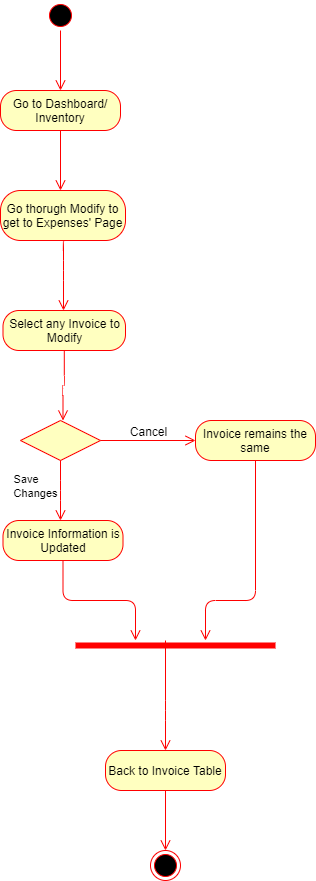
Before: Diagrams/Activity Diagrams FINAL/AC_19_Modify Invoice.png, a diagram exported from draw.io (kkasharaj17/SE-project). Source tidied: cells renumbered, new cells last; positions are measured from the earlier drawing's top-left corner, leaving out a move shared by most shapes.
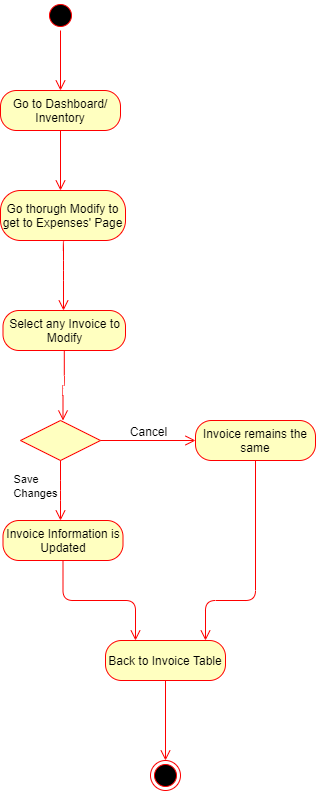
Above is the later version.

Change to the diagram source:
```diff
@@ -62,8 +62,9 @@
     <mxCell id="15" value="Invoice Information is Updated" style="rounded=1;whiteSpace=wrap;html=1;arcSize=40;fontColor=#000000;fillColor=#ffffc0;strokeColor=#ff0000;" parent="1" vertex="1">
       <mxGeometry x="2.5" y="520" width="120" height="40" as="geometry" />
     </mxCell>
-    <mxCell id="16" style="edgeStyle=orthogonalEdgeStyle;html=1;verticalAlign=bottom;endArrow=open;endSize=8;strokeColor=#ff0000;" parent="1" edge="1" source="15" target="20">
+    <mxCell id="16" style="edgeStyle=orthogonalEdgeStyle;html=1;verticalAlign=bottom;endArrow=open;endSize=8;strokeColor=#ff0000;" parent="1" edge="1" source="15">
       <mxGeometry relative="1" as="geometry">
+        <mxPoint x="135" y="640" as="targetPoint" />
         <Array as="points">
           <mxPoint x="63" y="600" />
           <mxPoint x="135" y="600" />
@@ -85,29 +86,16 @@
         </Array>
       </mxGeometry>
     </mxCell>
-    <mxCell id="20" style="shape=line;html=1;strokeWidth=6;strokeColor=#ff0000;" parent="1" vertex="1">
-      <mxGeometry x="75" y="640" width="200" height="10" as="geometry" />
-    </mxCell>
-    <mxCell id="21" style="edgeStyle=orthogonalEdgeStyle;html=1;verticalAlign=bottom;endArrow=open;endSize=8;strokeColor=#ff0000;" parent="1" edge="1">
-      <mxGeometry relative="1" as="geometry">
-        <mxPoint x="165" y="640" as="sourcePoint" />
-        <mxPoint x="165" y="750" as="targetPoint" />
-        <Array as="points">
-          <mxPoint x="165" y="710" />
-          <mxPoint x="165" y="710" />
-        </Array>
-      </mxGeometry>
-    </mxCell>
     <mxCell id="22" value="Back to Invoice Table" style="rounded=1;whiteSpace=wrap;html=1;arcSize=40;fontColor=#000000;fillColor=#ffffc0;strokeColor=#ff0000;" parent="1" vertex="1">
-      <mxGeometry x="105" y="750" width="120" height="40" as="geometry" />
+      <mxGeometry x="105" y="640" width="120" height="40" as="geometry" />
     </mxCell>
-    <mxCell id="23" style="edgeStyle=orthogonalEdgeStyle;html=1;verticalAlign=bottom;endArrow=open;endSize=8;strokeColor=#ff0000;" parent="1" edge="1" source="22">
-      <mxGeometry relative="1" as="geometry">
-        <mxPoint x="165" y="850" as="targetPoint" />
-      </mxGeometry>
-    </mxCell>
     <mxCell id="24" style="ellipse;html=1;shape=endState;fillColor=#000000;strokeColor=#ff0000;" parent="1" vertex="1">
-      <mxGeometry x="150" y="850" width="30" height="30" as="geometry" />
+      <mxGeometry x="150" y="760" width="30" height="30" as="geometry" />
     </mxCell>
+    <mxCell id="25" style="edgeStyle=orthogonalEdgeStyle;html=1;verticalAlign=bottom;endArrow=open;endSize=8;strokeColor=#ff0000;" parent="1" edge="1" source="22">
+      <mxGeometry relative="1" as="geometry">
+        <mxPoint x="165" y="760" as="targetPoint" />
+      </mxGeometry>
+    </mxCell>
   </root>
 </mxGraphModel>
```
